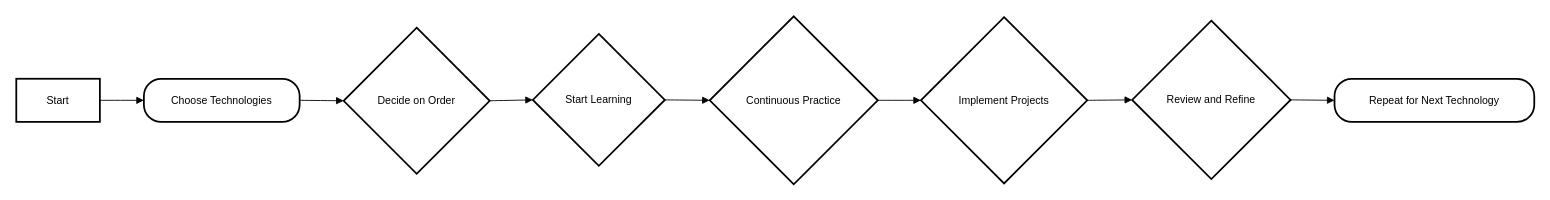
krdeepu7/draw.io keeps this draw.io diagram as Roadmap.drawio. Above is the earlier version. Source tidied: cells renumbered, new cells numbered last; positions are measured from the earlier drawing's top-left corner, leaving out a move shared by most shapes. Both pictures are drawn from the tidied source at 88%, with x=0, y=0 at pixel (16, 16).
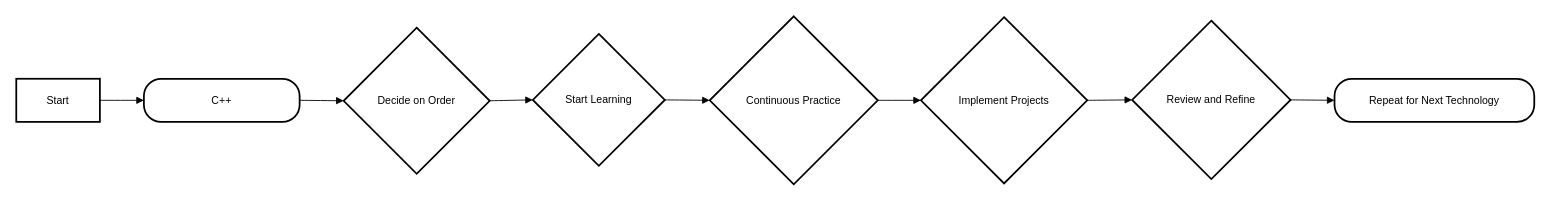
The same diagram, later.

What changed in the source:
```diff
@@
 <mxGraphModel>
   <root>
     <mxCell id="0" />
     <mxCell id="1" parent="0" />
     <mxCell id="2" value="Start" style="whiteSpace=wrap;strokeWidth=2;" parent="1" vertex="1">
       <mxGeometry y="71" width="95" height="49" as="geometry" />
     </mxCell>
-    <mxCell id="3" value="Choose Technologies" style="rounded=1;arcSize=40;strokeWidth=2;" parent="1" vertex="1">
+    <mxCell id="3" value="C++" style="rounded=1;arcSize=40;strokeWidth=2;" parent="1" vertex="1">
       <mxGeometry x="145" y="71" width="177" height="49" as="geometry" />
     </mxCell>
     <mxCell id="4" value="Decide on Order" style="rhombus;strokeWidth=2;whiteSpace=wrap;" parent="1" vertex="1">
       <mxGeometry x="372" y="13" width="166" height="166" as="geometry" />
     </mxCell>
     <mxCell id="5" value="Start Learning" style="rhombus;strokeWidth=2;whiteSpace=wrap;" parent="1" vertex="1">
       <mxGeometry x="587" y="20" width="150" height="150" as="geometry" />
     </mxCell>
     <mxCell id="6" value="Continuous Practice" style="rhombus;strokeWidth=2;whiteSpace=wrap;" parent="1" vertex="1">
       <mxGeometry x="788" width="191" height="191" as="geometry" />
     </mxCell>
     <mxCell id="7" value="Implement Projects" style="rhombus;strokeWidth=2;whiteSpace=wrap;" parent="1" vertex="1">
       <mxGeometry x="1028" y="1" width="189" height="189" as="geometry" />
     </mxCell>
     <mxCell id="8" value="Review and Refine" style="rhombus;strokeWidth=2;whiteSpace=wrap;" parent="1" vertex="1">
       <mxGeometry x="1268" y="5" width="180" height="180" as="geometry" />
     </mxCell>
     <mxCell id="9" value="Repeat for Next Technology" style="rounded=1;arcSize=40;strokeWidth=2;" parent="1" vertex="1">
       <mxGeometry x="1498" y="71" width="227" height="49" as="geometry" />
     </mxCell>
     <mxCell id="10" style="curved=1;startArrow=none;endArrow=block;exitX=1;exitY=0.5;entryX=0;entryY=0.5;" parent="1" edge="1" source="2" target="3">
       <mxGeometry relative="1" as="geometry" />
     </mxCell>
     <mxCell id="11" style="curved=1;startArrow=none;endArrow=block;exitX=1;exitY=0.5;entryX=0;entryY=0.5;" parent="1" edge="1" source="3" target="4">
       <mxGeometry relative="1" as="geometry" />
     </mxCell>
     <mxCell id="12" style="curved=1;startArrow=none;endArrow=block;exitX=1;exitY=0.5;entryX=0;entryY=0.5;" parent="1" edge="1" source="4" target="5">
       <mxGeometry relative="1" as="geometry" />
     </mxCell>
     <mxCell id="13" style="curved=1;startArrow=none;endArrow=block;exitX=1;exitY=0.5;entryX=0;entryY=0.5;" parent="1" edge="1" source="5" target="6">
       <mxGeometry relative="1" as="geometry" />
     </mxCell>
     <mxCell id="14" style="curved=1;startArrow=none;endArrow=block;exitX=1;exitY=0.5;entryX=0;entryY=0.5;" parent="1" edge="1" source="6" target="7">
       <mxGeometry relative="1" as="geometry" />
     </mxCell>
     <mxCell id="15" style="curved=1;startArrow=none;endArrow=block;exitX=1;exitY=0.5;entryX=0;entryY=0.5;" parent="1" edge="1" source="7" target="8">
       <mxGeometry relative="1" as="geometry" />
     </mxCell>
     <mxCell id="16" style="curved=1;startArrow=none;endArrow=block;exitX=1;exitY=0.5;entryX=0;entryY=0.5;" parent="1" edge="1" source="8" target="9">
       <mxGeometry relative="1" as="geometry" />
     </mxCell>
   </root>
 </mxGraphModel>
```
